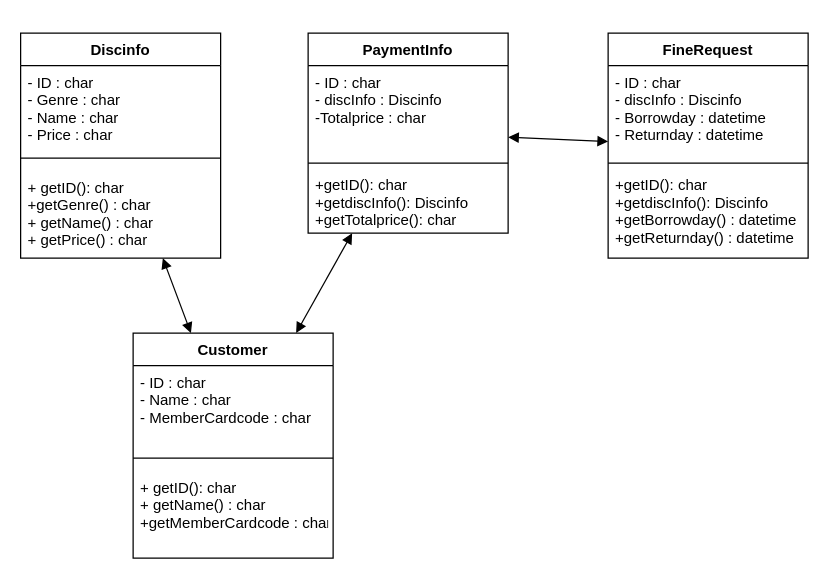
Earlier version of the draw.io diagram lab3/classdiagram_lab3.drawio (hongha27/OOAD). Source tidied: cells renumbered, new cells numbered last; positions are measured from the earlier drawing's top-left corner, leaving out a move shared by most shapes. Both pictures are drawn from the tidied source at 125%, with x=0, y=0 at pixel (20, 32).
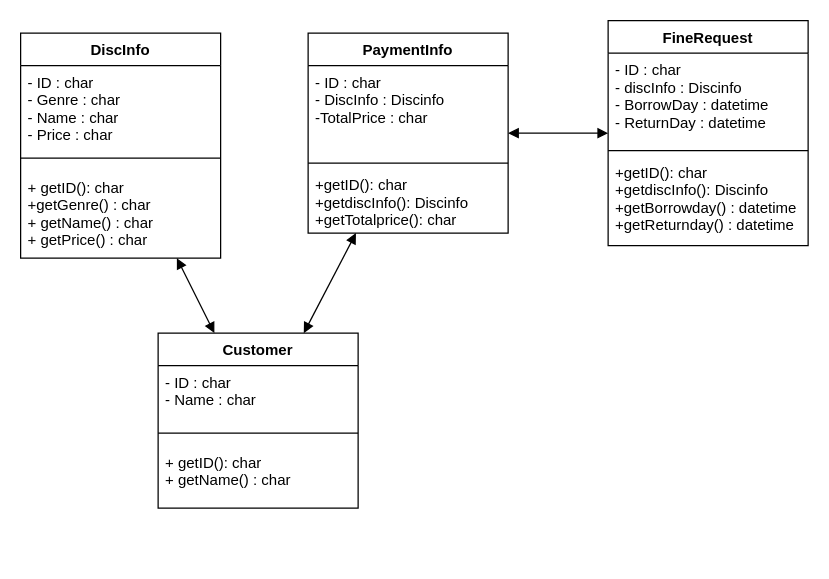
The same diagram, later.

The change refers to these unchanged cells:
```xml
<mxCell id="6" value="PaymentInfo" style="swimlane;fontStyle=1;align=center;verticalAlign=top;horizontal=1;startSize=26;" parent="1" vertex="1">
  <mxGeometry x="230" width="160" height="160" as="geometry" />
</mxCell>
```

Diff of the diagram source:
```diff
@@
-    <mxCell id="2" value="Discinfo" style="swimlane;fontStyle=1;align=center;verticalAlign=top;horizontal=1;startSize=26;" parent="1" vertex="1">
+    <mxCell id="2" value="DiscInfo" style="swimlane;fontStyle=1;align=center;verticalAlign=top;horizontal=1;startSize=26;" parent="1" vertex="1">
       <mxGeometry width="160" height="180" as="geometry" />
     </mxCell>
@@
-    <mxCell id="7" value="- ID : char&#10;- discInfo : Discinfo&#10;-Totalprice : char" style="text;strokeColor=none;fillColor=none;align=left;verticalAlign=top;spacingLeft=4;spacingRight=4;overflow=hidden;" parent="6" vertex="1">
+    <mxCell id="7" value="- ID : char&#10;- DiscInfo : Discinfo&#10;-TotalPrice : char" style="text;strokeColor=none;fillColor=none;align=left;verticalAlign=top;spacingLeft=4;spacingRight=4;overflow=hidden;" parent="6" vertex="1">
       <mxGeometry y="26" width="160" height="74" as="geometry" />
     </mxCell>
@@
     <mxCell id="10" value="FineRequest" style="swimlane;fontStyle=1;align=center;verticalAlign=top;horizontal=1;startSize=26;" parent="1" vertex="1">
-      <mxGeometry x="470" width="160" height="180" as="geometry" />
+      <mxGeometry x="470" y="-10" width="160" height="180" as="geometry" />
     </mxCell>
-    <mxCell id="11" value="- ID : char&#10;- discInfo : Discinfo&#10;- Borrowday : datetime&#10;- Returnday : datetime" style="text;strokeColor=none;fillColor=none;align=left;verticalAlign=top;spacingLeft=4;spacingRight=4;overflow=hidden;" parent="10" vertex="1">
+    <mxCell id="11" value="- ID : char&#10;- discInfo : Discinfo&#10;- BorrowDay : datetime&#10;- ReturnDay : datetime" style="text;strokeColor=none;fillColor=none;align=left;verticalAlign=top;spacingLeft=4;spacingRight=4;overflow=hidden;" parent="10" vertex="1">
       <mxGeometry y="26" width="160" height="74" as="geometry" />
     </mxCell>
@@
     <mxCell id="16" value="Customer" style="swimlane;fontStyle=1;align=center;verticalAlign=top;horizontal=1;startSize=26;" parent="1" vertex="1">
-      <mxGeometry x="90" y="240" width="160" height="180" as="geometry" />
+      <mxGeometry x="110" y="240" width="160" height="140" as="geometry" />
     </mxCell>
-    <mxCell id="17" value="- ID : char&#10;- Name : char&#10;- MemberCardcode : char" style="text;strokeColor=none;fillColor=none;align=left;verticalAlign=top;spacingLeft=4;spacingRight=4;overflow=hidden;" parent="16" vertex="1">
-      <mxGeometry y="26" width="160" height="64" as="geometry" />
+    <mxCell id="17" value="- ID : char&#10;- Name : char" style="text;strokeColor=none;fillColor=none;align=left;verticalAlign=top;spacingLeft=4;spacingRight=4;overflow=hidden;" parent="16" vertex="1">
+      <mxGeometry y="26" width="160" height="44" as="geometry" />
     </mxCell>
     <mxCell id="18" style="line;strokeWidth=1;fillColor=none;align=left;verticalAlign=middle;spacingTop=-1;spacingLeft=3;spacingRight=3;labelPosition=right;" parent="16" vertex="1">
-      <mxGeometry y="90" width="160" height="20" as="geometry" />
+      <mxGeometry y="70" width="160" height="20" as="geometry" />
     </mxCell>
-    <mxCell id="19" value="+ getID(): char&#10;+ getName() : char&#10;+getMemberCardcode : char" style="text;strokeColor=none;fillColor=none;align=left;verticalAlign=top;spacingLeft=4;spacingRight=4;overflow=hidden;" parent="16" vertex="1">
-      <mxGeometry y="110" width="160" height="70" as="geometry" />
+    <mxCell id="19" value="+ getID(): char&#10;+ getName() : char" style="text;strokeColor=none;fillColor=none;align=left;verticalAlign=top;spacingLeft=4;spacingRight=4;overflow=hidden;" parent="16" vertex="1">
+      <mxGeometry y="90" width="160" height="50" as="geometry" />
     </mxCell>
```
